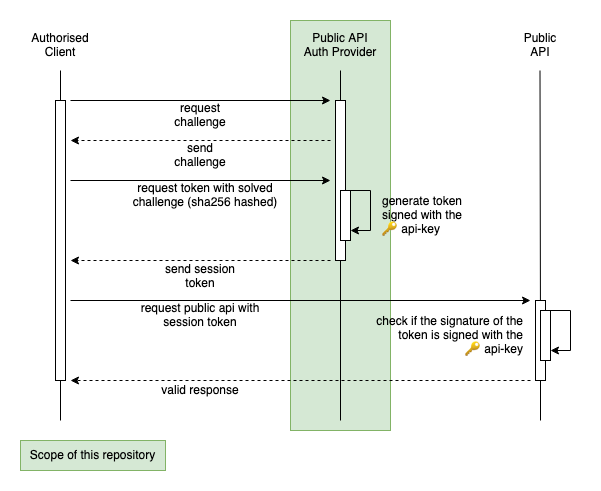
Before: assets/authorised-client.png, a diagram exported from draw.io (meinto/anonymous-api-auth-provider). Source tidied: cells renumbered, new cells last; positions are measured from the earlier drawing's top-left corner, leaving out a move shared by most shapes. Source of this version:
```xml
<mxGraphModel>
  <root>
    <mxCell id="0" />
    <mxCell id="1" parent="0" />
    <mxCell id="2" style="rounded=0;whiteSpace=wrap;html=1;fontSize=12;fillColor=#d5e8d4;strokeColor=#82b366;" parent="1" vertex="1">
      <mxGeometry x="270" width="100" height="410" as="geometry" />
    </mxCell>
    <mxCell id="3" value="&lt;div&gt;Authorised Client&lt;/div&gt;" style="text;html=1;strokeColor=none;fillColor=none;align=center;verticalAlign=middle;whiteSpace=wrap;rounded=0;" parent="1" vertex="1">
      <mxGeometry y="10" width="80" height="30" as="geometry" />
    </mxCell>
    <mxCell id="4" value="Public API Auth Provider" style="text;html=1;strokeColor=none;fillColor=none;align=center;verticalAlign=middle;whiteSpace=wrap;rounded=0;" parent="1" vertex="1">
      <mxGeometry x="280" y="10" width="80" height="30" as="geometry" />
    </mxCell>
    <mxCell id="5" value="&lt;div&gt;Public &lt;br&gt;&lt;/div&gt;&lt;div&gt;API&lt;/div&gt;" style="text;html=1;strokeColor=none;fillColor=none;align=center;verticalAlign=middle;whiteSpace=wrap;rounded=0;" parent="1" vertex="1">
      <mxGeometry x="480" y="10" width="80" height="30" as="geometry" />
    </mxCell>
    <mxCell id="6" style="endArrow=none;html=1;rounded=0;startArrow=none;" parent="1" edge="1" source="9">
      <mxGeometry relative="1" as="geometry">
        <mxPoint x="40" y="50" as="targetPoint" />
      </mxGeometry>
    </mxCell>
    <mxCell id="7" style="endArrow=none;html=1;rounded=0;startArrow=none;" parent="1" edge="1" source="11">
      <mxGeometry relative="1" as="geometry">
        <mxPoint x="320" y="50" as="targetPoint" />
      </mxGeometry>
    </mxCell>
    <mxCell id="8" style="endArrow=none;html=1;rounded=0;startArrow=none;" parent="1" edge="1" source="22">
      <mxGeometry relative="1" as="geometry">
        <mxPoint x="519.5" y="50" as="targetPoint" />
      </mxGeometry>
    </mxCell>
    <mxCell id="9" style="rounded=0;whiteSpace=wrap;html=1;align=center;" parent="1" vertex="1">
      <mxGeometry x="35" y="80" width="10" height="280" as="geometry" />
    </mxCell>
    <mxCell id="10" style="endArrow=none;html=1;rounded=0;" parent="1" edge="1" target="9">
      <mxGeometry relative="1" as="geometry">
        <mxPoint x="40" y="400" as="sourcePoint" />
      </mxGeometry>
    </mxCell>
    <mxCell id="11" style="rounded=0;whiteSpace=wrap;html=1;align=center;" parent="1" vertex="1">
      <mxGeometry x="315" y="80" width="10" height="160" as="geometry" />
    </mxCell>
    <mxCell id="12" style="endArrow=none;html=1;rounded=0;entryX=0.5;entryY=1;entryDx=0;entryDy=0;" parent="1" edge="1" target="11">
      <mxGeometry relative="1" as="geometry">
        <mxPoint x="320" y="400" as="sourcePoint" />
      </mxGeometry>
    </mxCell>
    <mxCell id="13" value="request challenge" style="text;html=1;strokeColor=none;fillColor=none;align=center;verticalAlign=middle;whiteSpace=wrap;rounded=0;" parent="1" vertex="1">
      <mxGeometry x="150" y="80" width="60" height="30" as="geometry" />
    </mxCell>
    <mxCell id="14" style="endArrow=classic;html=1;rounded=0;" parent="1" edge="1">
      <mxGeometry relative="1" as="geometry">
        <mxPoint x="50" y="80" as="sourcePoint" />
        <mxPoint x="310" y="80" as="targetPoint" />
      </mxGeometry>
    </mxCell>
    <mxCell id="15" style="endArrow=classic;html=1;rounded=0;dashed=1;" parent="1" edge="1">
      <mxGeometry relative="1" as="geometry">
        <mxPoint x="310" y="120" as="sourcePoint" />
        <mxPoint x="50" y="120" as="targetPoint" />
      </mxGeometry>
    </mxCell>
    <mxCell id="16" style="endArrow=classic;html=1;rounded=0;" parent="1" edge="1">
      <mxGeometry relative="1" as="geometry">
        <mxPoint x="50" y="160" as="sourcePoint" />
        <mxPoint x="310" y="160" as="targetPoint" />
      </mxGeometry>
    </mxCell>
    <mxCell id="17" value="request token with solved challenge (sha256 hashed)" style="text;html=1;strokeColor=none;fillColor=none;align=center;verticalAlign=middle;whiteSpace=wrap;rounded=0;" parent="1" vertex="1">
      <mxGeometry x="100" y="160" width="170" height="30" as="geometry" />
    </mxCell>
    <mxCell id="18" style="endArrow=classic;html=1;rounded=0;dashed=1;" parent="1" edge="1">
      <mxGeometry relative="1" as="geometry">
        <mxPoint x="310" y="240" as="sourcePoint" />
        <mxPoint x="50" y="240" as="targetPoint" />
      </mxGeometry>
    </mxCell>
    <mxCell id="19" value="send challenge" style="text;html=1;strokeColor=none;fillColor=none;align=center;verticalAlign=middle;whiteSpace=wrap;rounded=0;" parent="1" vertex="1">
      <mxGeometry x="150" y="120" width="60" height="30" as="geometry" />
    </mxCell>
    <mxCell id="20" value="send session token" style="text;html=1;strokeColor=none;fillColor=none;align=center;verticalAlign=middle;whiteSpace=wrap;rounded=0;" parent="1" vertex="1">
      <mxGeometry x="130" y="240.5" width="100" height="30" as="geometry" />
    </mxCell>
    <mxCell id="21" style="endArrow=classic;html=1;rounded=0;" parent="1" edge="1">
      <mxGeometry relative="1" as="geometry">
        <mxPoint x="50" y="280" as="sourcePoint" />
        <mxPoint x="510" y="280" as="targetPoint" />
      </mxGeometry>
    </mxCell>
    <mxCell id="22" style="rounded=0;whiteSpace=wrap;html=1;align=center;" parent="1" vertex="1">
      <mxGeometry x="515" y="280" width="10" height="80" as="geometry" />
    </mxCell>
    <mxCell id="23" style="endArrow=none;html=1;rounded=0;" parent="1" edge="1" target="22">
      <mxGeometry relative="1" as="geometry">
        <mxPoint x="520" y="400" as="sourcePoint" />
      </mxGeometry>
    </mxCell>
    <mxCell id="24" value="request public api with session token" style="text;html=1;strokeColor=none;fillColor=none;align=center;verticalAlign=middle;whiteSpace=wrap;rounded=0;" parent="1" vertex="1">
      <mxGeometry x="110" y="280" width="140" height="30" as="geometry" />
    </mxCell>
    <mxCell id="25" style="endArrow=classic;html=1;rounded=0;dashed=1;" parent="1" edge="1">
      <mxGeometry relative="1" as="geometry">
        <mxPoint x="510" y="360" as="sourcePoint" />
        <mxPoint x="50" y="360" as="targetPoint" />
      </mxGeometry>
    </mxCell>
    <mxCell id="26" value="valid response" style="text;html=1;strokeColor=none;fillColor=none;align=center;verticalAlign=middle;whiteSpace=wrap;rounded=0;" parent="1" vertex="1">
      <mxGeometry x="110" y="360" width="140" height="20" as="geometry" />
    </mxCell>
    <mxCell id="27" style="rounded=0;whiteSpace=wrap;html=1;align=center;" parent="1" vertex="1">
      <mxGeometry x="320" y="170" width="10" height="50" as="geometry" />
    </mxCell>
    <mxCell id="28" style="endArrow=none;html=1;rounded=0;endFill=0;" parent="1" edge="1">
      <mxGeometry relative="1" as="geometry">
        <mxPoint x="330" y="170" as="sourcePoint" />
        <mxPoint x="350" y="170" as="targetPoint" />
      </mxGeometry>
    </mxCell>
    <mxCell id="29" style="endArrow=none;html=1;rounded=0;endFill=0;" parent="1" edge="1">
      <mxGeometry relative="1" as="geometry">
        <mxPoint x="350" y="170" as="sourcePoint" />
        <mxPoint x="350" y="210" as="targetPoint" />
      </mxGeometry>
    </mxCell>
    <mxCell id="30" style="endArrow=classic;html=1;rounded=0;" parent="1" edge="1">
      <mxGeometry relative="1" as="geometry">
        <mxPoint x="350" y="210" as="sourcePoint" />
        <mxPoint x="330" y="210" as="targetPoint" />
      </mxGeometry>
    </mxCell>
    <mxCell id="31" value="&lt;div&gt;&lt;font style=&quot;font-size: 12px&quot;&gt;generate token &lt;br&gt;&lt;/font&gt;&lt;/div&gt;&lt;div&gt;&lt;font style=&quot;font-size: 12px&quot;&gt;signed with the&lt;/font&gt;&lt;span style=&quot;font-weight: normal&quot;&gt;&lt;font style=&quot;font-size: 12px&quot;&gt;&lt;br&gt;&lt;/font&gt;&lt;/span&gt;&lt;/div&gt;&lt;div&gt;&lt;span style=&quot;font-weight: normal&quot;&gt;&lt;font style=&quot;font-size: 12px&quot;&gt;🔑&lt;/font&gt;&lt;/span&gt;&lt;font style=&quot;font-size: 12px&quot;&gt; &lt;span style=&quot;font-weight: normal&quot;&gt;api-key&lt;/span&gt;&lt;/font&gt;&lt;/div&gt;" style="text;html=1;strokeColor=none;fillColor=none;align=left;verticalAlign=middle;whiteSpace=wrap;rounded=0;" parent="1" vertex="1">
      <mxGeometry x="360" y="180" width="160" height="30" as="geometry" />
    </mxCell>
    <mxCell id="32" style="rounded=0;whiteSpace=wrap;html=1;align=center;" parent="1" vertex="1">
      <mxGeometry x="520" y="290" width="10" height="50" as="geometry" />
    </mxCell>
    <mxCell id="33" style="endArrow=none;html=1;rounded=0;endFill=0;" parent="1" edge="1">
      <mxGeometry relative="1" as="geometry">
        <mxPoint x="530" y="290" as="sourcePoint" />
        <mxPoint x="550" y="290" as="targetPoint" />
      </mxGeometry>
    </mxCell>
    <mxCell id="34" style="endArrow=none;html=1;rounded=0;endFill=0;" parent="1" edge="1">
      <mxGeometry relative="1" as="geometry">
        <mxPoint x="550" y="290" as="sourcePoint" />
        <mxPoint x="550" y="330" as="targetPoint" />
      </mxGeometry>
    </mxCell>
    <mxCell id="35" style="endArrow=classic;html=1;rounded=0;" parent="1" edge="1">
      <mxGeometry relative="1" as="geometry">
        <mxPoint x="550" y="330" as="sourcePoint" />
        <mxPoint x="530" y="330" as="targetPoint" />
      </mxGeometry>
    </mxCell>
    <mxCell id="36" value="&lt;div&gt;check if the signature of the token is signed with the&lt;/div&gt;&lt;div&gt;&lt;span style=&quot;font-weight: normal&quot;&gt;&lt;font style=&quot;font-size: 12px&quot;&gt;🔑 &lt;/font&gt;&lt;/span&gt;api-key&lt;/div&gt;" style="text;html=1;strokeColor=none;fillColor=none;align=right;verticalAlign=middle;whiteSpace=wrap;rounded=0;" parent="1" vertex="1">
      <mxGeometry x="330" y="300" width="175" height="30" as="geometry" />
    </mxCell>
    <mxCell id="37" value="Scope of this repository" style="rounded=0;whiteSpace=wrap;html=1;fontSize=12;fillColor=#d5e8d4;strokeColor=#82b366;" parent="1" vertex="1">
      <mxGeometry y="420" width="145" height="30" as="geometry" />
    </mxCell>
  </root>
</mxGraphModel>
```
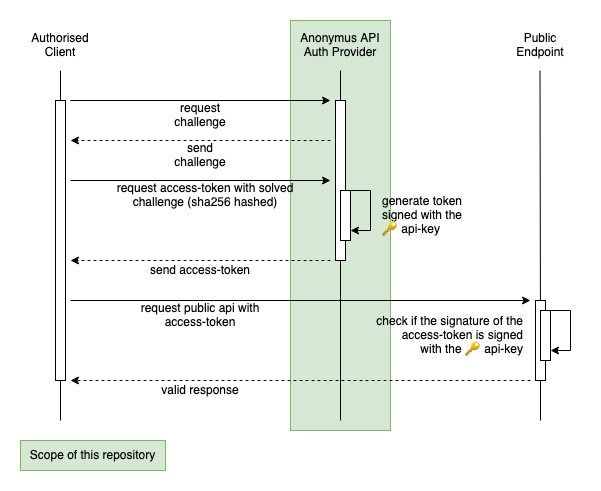
The same file after the commit.

What changed in the source:
```diff
@@ -8,10 +8,10 @@
     <mxCell id="3" value="&lt;div&gt;Authorised Client&lt;/div&gt;" style="text;html=1;strokeColor=none;fillColor=none;align=center;verticalAlign=middle;whiteSpace=wrap;rounded=0;" parent="1" vertex="1">
       <mxGeometry y="10" width="80" height="30" as="geometry" />
     </mxCell>
-    <mxCell id="4" value="Public API Auth Provider" style="text;html=1;strokeColor=none;fillColor=none;align=center;verticalAlign=middle;whiteSpace=wrap;rounded=0;" parent="1" vertex="1">
-      <mxGeometry x="280" y="10" width="80" height="30" as="geometry" />
+    <mxCell id="4" value="Anonymus API Auth Provider" style="text;html=1;strokeColor=none;fillColor=none;align=center;verticalAlign=middle;whiteSpace=wrap;rounded=0;" parent="1" vertex="1">
+      <mxGeometry x="270" y="10" width="100" height="30" as="geometry" />
     </mxCell>
-    <mxCell id="5" value="&lt;div&gt;Public &lt;br&gt;&lt;/div&gt;&lt;div&gt;API&lt;/div&gt;" style="text;html=1;strokeColor=none;fillColor=none;align=center;verticalAlign=middle;whiteSpace=wrap;rounded=0;" parent="1" vertex="1">
+    <mxCell id="5" value="&lt;div&gt;Public &lt;br&gt;&lt;/div&gt;&lt;div&gt;Endpoint&lt;/div&gt;" style="text;html=1;strokeColor=none;fillColor=none;align=center;verticalAlign=middle;whiteSpace=wrap;rounded=0;" parent="1" vertex="1">
       <mxGeometry x="480" y="10" width="80" height="30" as="geometry" />
     </mxCell>
     <mxCell id="6" style="endArrow=none;html=1;rounded=0;startArrow=none;" parent="1" edge="1" source="9">
@@ -66,8 +66,8 @@
         <mxPoint x="310" y="160" as="targetPoint" />
       </mxGeometry>
     </mxCell>
-    <mxCell id="17" value="request token with solved challenge (sha256 hashed)" style="text;html=1;strokeColor=none;fillColor=none;align=center;verticalAlign=middle;whiteSpace=wrap;rounded=0;" parent="1" vertex="1">
-      <mxGeometry x="100" y="160" width="170" height="30" as="geometry" />
+    <mxCell id="17" value="request access-token with solved challenge (sha256 hashed)" style="text;html=1;strokeColor=none;fillColor=none;align=center;verticalAlign=middle;whiteSpace=wrap;rounded=0;" parent="1" vertex="1">
+      <mxGeometry x="80" y="160" width="210" height="30" as="geometry" />
     </mxCell>
     <mxCell id="18" style="endArrow=classic;html=1;rounded=0;dashed=1;" parent="1" edge="1">
       <mxGeometry relative="1" as="geometry">
@@ -78,8 +78,8 @@
     <mxCell id="19" value="send challenge" style="text;html=1;strokeColor=none;fillColor=none;align=center;verticalAlign=middle;whiteSpace=wrap;rounded=0;" parent="1" vertex="1">
       <mxGeometry x="150" y="120" width="60" height="30" as="geometry" />
     </mxCell>
-    <mxCell id="20" value="send session token" style="text;html=1;strokeColor=none;fillColor=none;align=center;verticalAlign=middle;whiteSpace=wrap;rounded=0;" parent="1" vertex="1">
-      <mxGeometry x="130" y="240.5" width="100" height="30" as="geometry" />
+    <mxCell id="20" value="send access-token" style="text;html=1;strokeColor=none;fillColor=none;align=center;verticalAlign=middle;whiteSpace=wrap;rounded=0;" parent="1" vertex="1">
+      <mxGeometry x="120" y="240.5" width="120" height="19.5" as="geometry" />
     </mxCell>
     <mxCell id="21" style="endArrow=classic;html=1;rounded=0;" parent="1" edge="1">
       <mxGeometry relative="1" as="geometry">
@@ -95,7 +95,7 @@
         <mxPoint x="520" y="400" as="sourcePoint" />
       </mxGeometry>
     </mxCell>
-    <mxCell id="24" value="request public api with session token" style="text;html=1;strokeColor=none;fillColor=none;align=center;verticalAlign=middle;whiteSpace=wrap;rounded=0;" parent="1" vertex="1">
+    <mxCell id="24" value="request public api with access-token" style="text;html=1;strokeColor=none;fillColor=none;align=center;verticalAlign=middle;whiteSpace=wrap;rounded=0;" parent="1" vertex="1">
       <mxGeometry x="110" y="280" width="140" height="30" as="geometry" />
     </mxCell>
     <mxCell id="25" style="endArrow=classic;html=1;rounded=0;dashed=1;" parent="1" edge="1">
@@ -152,8 +152,8 @@
         <mxPoint x="530" y="330" as="targetPoint" />
       </mxGeometry>
     </mxCell>
-    <mxCell id="36" value="&lt;div&gt;check if the signature of the token is signed with the&lt;/div&gt;&lt;div&gt;&lt;span style=&quot;font-weight: normal&quot;&gt;&lt;font style=&quot;font-size: 12px&quot;&gt;🔑 &lt;/font&gt;&lt;/span&gt;api-key&lt;/div&gt;" style="text;html=1;strokeColor=none;fillColor=none;align=right;verticalAlign=middle;whiteSpace=wrap;rounded=0;" parent="1" vertex="1">
-      <mxGeometry x="330" y="300" width="175" height="30" as="geometry" />
+    <mxCell id="36" value="&lt;div&gt;check if the signature of the access-token is signed &lt;br&gt;&lt;/div&gt;&lt;div&gt;with the&lt;span style=&quot;font-weight: normal&quot;&gt;&lt;font style=&quot;font-size: 12px&quot;&gt; 🔑 &lt;/font&gt;&lt;/span&gt;api-key&lt;/div&gt;" style="text;html=1;strokeColor=none;fillColor=none;align=right;verticalAlign=middle;whiteSpace=wrap;rounded=0;" parent="1" vertex="1">
+      <mxGeometry x="330" y="290" width="175" height="50" as="geometry" />
     </mxCell>
     <mxCell id="37" value="Scope of this repository" style="rounded=0;whiteSpace=wrap;html=1;fontSize=12;fillColor=#d5e8d4;strokeColor=#82b366;" parent="1" vertex="1">
       <mxGeometry y="420" width="145" height="30" as="geometry" />
```
